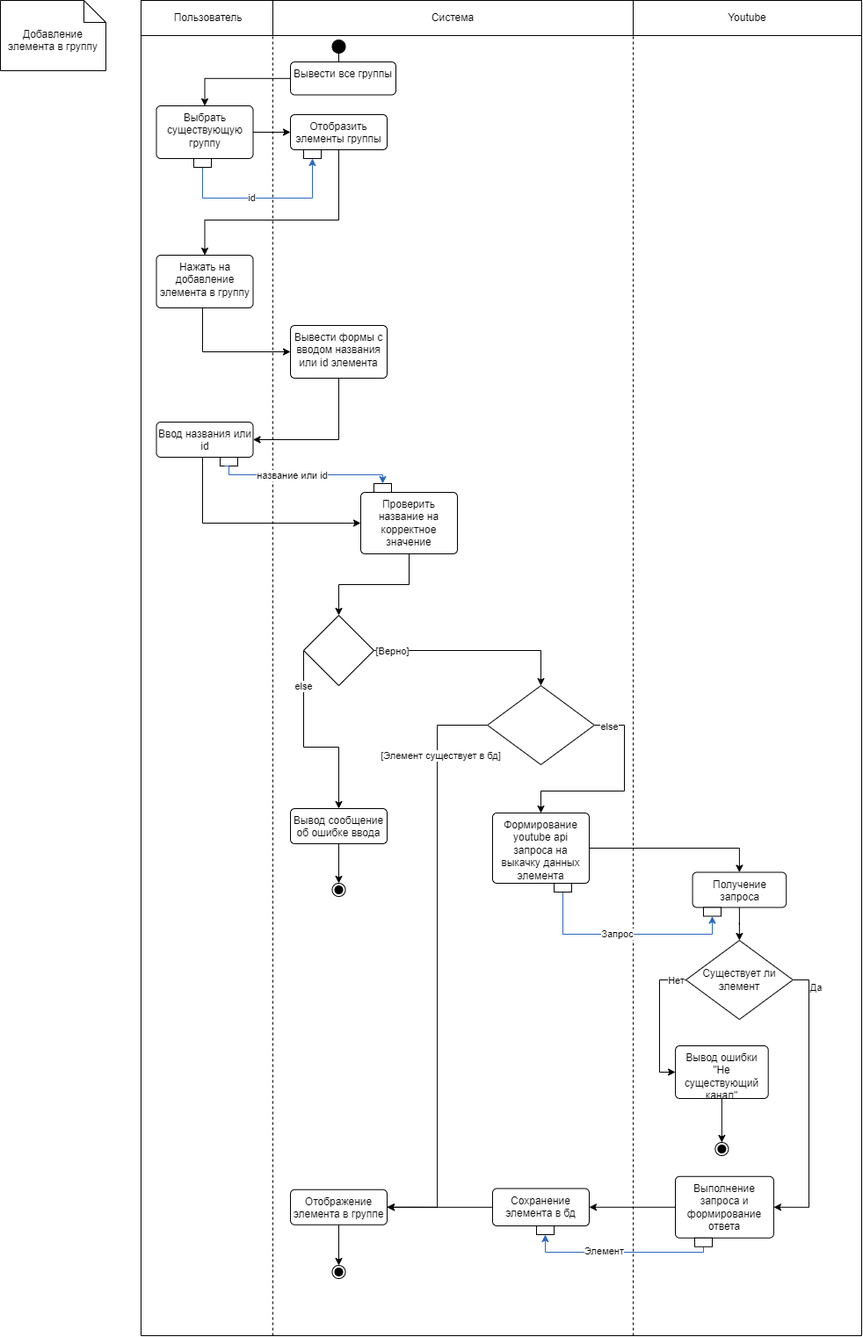
Before: docs/images/functional_diagram2_1.png, a diagram exported from draw.io (Hembos/YoutubeAnalytics). Source tidied: cells renumbered, new cells last; positions are measured from the earlier drawing's top-left corner, leaving out a move shared by most shapes.
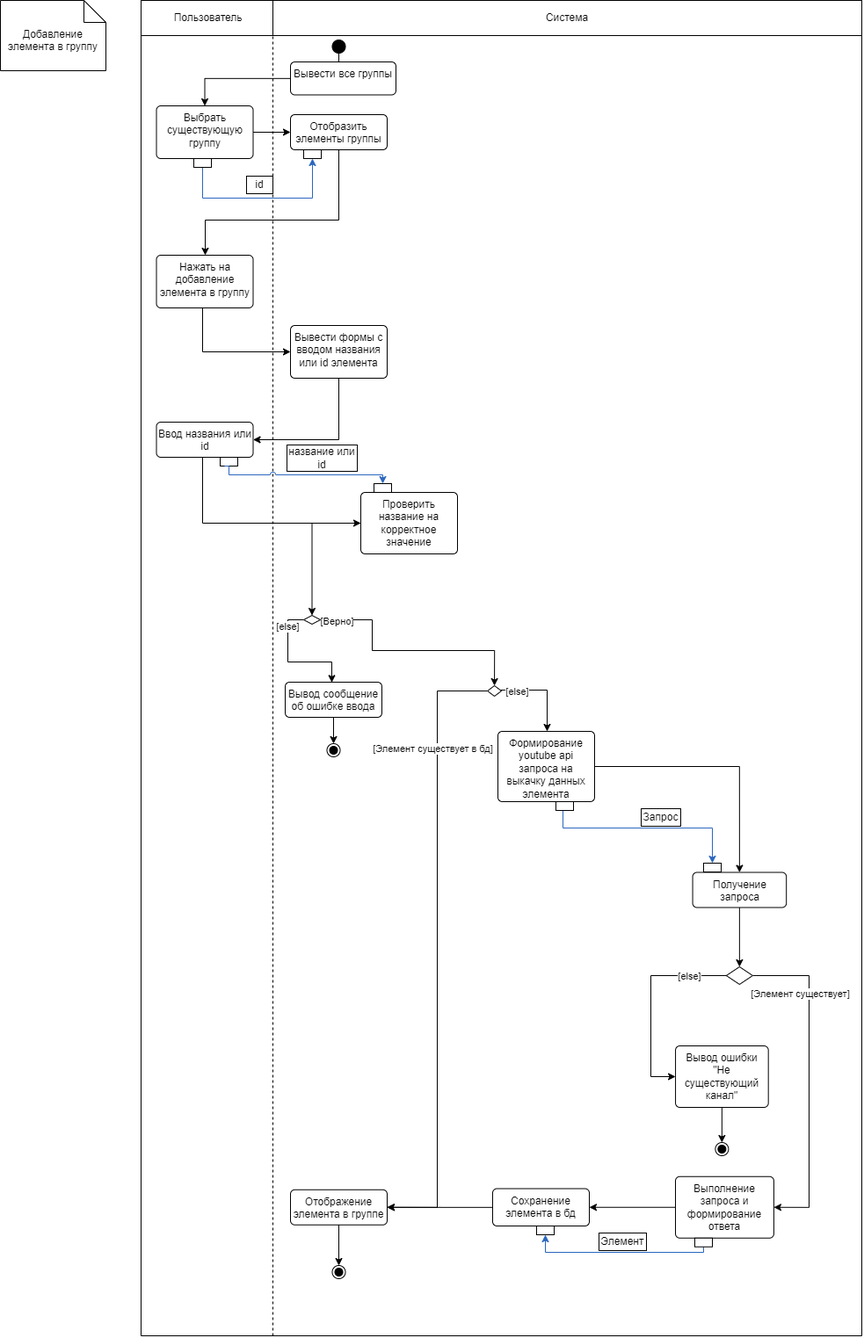
After the change.

The edit, as a diff of the source:
```diff
@@ -6,7 +6,7 @@
       <mxGeometry x="160" width="150" height="40" as="geometry" />
     </mxCell>
     <mxCell id="3" value="Система" style="whiteSpace=wrap;html=1;align=center;" parent="1" vertex="1">
-      <mxGeometry x="310" width="410" height="40" as="geometry" />
+      <mxGeometry x="310" width="670" height="40" as="geometry" />
     </mxCell>
     <mxCell id="4" style="endArrow=none;dashed=1;html=1;rounded=0;entryX=0;entryY=1;entryDx=0;entryDy=0;" parent="1" edge="1">
       <mxGeometry relative="1" as="geometry">
@@ -19,9 +19,10 @@
         <mxPoint x="160" y="1520" as="sourcePoint" />
       </mxGeometry>
     </mxCell>
-    <mxCell id="6" style="endArrow=none;html=1;rounded=0;entryX=1;entryY=1;entryDx=0;entryDy=0;" parent="1" edge="1" target="49">
+    <mxCell id="6" style="endArrow=none;html=1;rounded=0;entryX=1;entryY=1;entryDx=0;entryDy=0;" parent="1" edge="1">
       <mxGeometry relative="1" as="geometry">
         <mxPoint x="980" y="1520" as="sourcePoint" />
+        <mxPoint x="980" y="40" as="targetPoint" />
       </mxGeometry>
     </mxCell>
     <mxCell id="7" style="edgeStyle=orthogonalEdgeStyle;rounded=0;jettySize=auto;html=1;" parent="1" edge="1" source="8" target="10">
@@ -84,69 +85,74 @@
     <mxCell id="20" value="Проверить название на корректное значение" style="html=1;align=center;verticalAlign=top;rounded=1;absoluteArcSize=1;arcSize=10;dashed=0;whiteSpace=wrap;" parent="1" vertex="1">
       <mxGeometry x="410" y="560" width="110" height="70" as="geometry" />
     </mxCell>
-    <mxCell id="21" style="edgeStyle=orthogonalEdgeStyle;rounded=0;jettySize=auto;html=1;exitX=0;exitY=0.5;exitDx=0;exitDy=0;entryX=0.5;entryY=0;entryDx=0;entryDy=0;" parent="1" edge="1" source="25" target="33">
+    <mxCell id="21" style="edgeStyle=orthogonalEdgeStyle;rounded=0;jettySize=auto;html=1;exitX=0;exitY=0.5;exitDx=0;exitDy=0;entryX=0.48;entryY=0.009;entryDx=0;entryDy=0;entryPerimeter=0;" parent="1" edge="1" source="25" target="33">
       <mxGeometry relative="1" as="geometry">
         <Array as="points">
-          <mxPoint x="345" y="850" />
-          <mxPoint x="385" y="850" />
+          <mxPoint x="327" y="705" />
+          <mxPoint x="327" y="753" />
+          <mxPoint x="377" y="753" />
+          <mxPoint x="377" y="776" />
         </Array>
       </mxGeometry>
     </mxCell>
-    <mxCell id="22" value="else" style="edgeLabel;html=1;align=center;verticalAlign=middle;" parent="21" vertex="1">
+    <mxCell id="22" value="[else]" style="edgeLabel;html=1;align=center;verticalAlign=middle;" parent="21" vertex="1">
       <mxGeometry x="-0.64" y="-1" relative="1" as="geometry" />
     </mxCell>
     <mxCell id="23" style="edgeStyle=orthogonalEdgeStyle;rounded=0;jettySize=auto;html=1;entryX=0.5;entryY=0;entryDx=0;entryDy=0;" parent="1" edge="1" source="25" target="31">
       <mxGeometry relative="1" as="geometry">
         <Array as="points">
-          <mxPoint x="615" y="740" />
+          <mxPoint x="423" y="705" />
+          <mxPoint x="423" y="740" />
+          <mxPoint x="562" y="740" />
         </Array>
       </mxGeometry>
     </mxCell>
     <mxCell id="24" value="[Верно]" style="edgeLabel;html=1;align=center;verticalAlign=middle;" parent="23" vertex="1">
       <mxGeometry x="-0.67" y="-1" relative="1" as="geometry">
-        <mxPoint x="-18" y="-1" as="offset" />
+        <mxPoint x="-27" as="offset" />
       </mxGeometry>
     </mxCell>
     <mxCell id="25" style="rhombus;whiteSpace=wrap;html=1;" parent="1" vertex="1">
-      <mxGeometry x="345" y="700" width="80" height="80" as="geometry" />
+      <mxGeometry x="345" y="700" width="19" height="10" as="geometry" />
     </mxCell>
     <mxCell id="26" style="ellipse;html=1;shape=endState;fillColor=strokeColor;" parent="1" vertex="1">
-      <mxGeometry x="377.5" y="1005" width="15" height="15" as="geometry" />
+      <mxGeometry x="371.5" y="846" width="15" height="15" as="geometry" />
     </mxCell>
     <mxCell id="27" style="edgeStyle=orthogonalEdgeStyle;rounded=0;jettySize=auto;html=1;entryX=0.5;entryY=0;entryDx=0;entryDy=0;" parent="1" edge="1" source="31" target="35">
       <mxGeometry relative="1" as="geometry">
         <Array as="points">
-          <mxPoint x="710" y="825" />
-          <mxPoint x="710" y="900" />
-          <mxPoint x="615" y="900" />
+          <mxPoint x="622" y="785" />
+          <mxPoint x="622" y="832" />
         </Array>
       </mxGeometry>
     </mxCell>
-    <mxCell id="28" value="else" style="edgeLabel;html=1;align=center;verticalAlign=middle;" parent="27" vertex="1">
-      <mxGeometry x="-0.85" y="-1" relative="1" as="geometry" />
+    <mxCell id="28" value="[else]" style="edgeLabel;html=1;align=center;verticalAlign=middle;" parent="27" vertex="1">
+      <mxGeometry x="-0.85" y="-1" relative="1" as="geometry">
+        <mxPoint x="10" as="offset" />
+      </mxGeometry>
     </mxCell>
     <mxCell id="29" style="edgeStyle=orthogonalEdgeStyle;rounded=0;jettySize=auto;html=1;entryX=1;entryY=0.5;entryDx=0;entryDy=0;" parent="1" edge="1" source="31" target="37">
       <mxGeometry relative="1" as="geometry" />
     </mxCell>
     <mxCell id="30" value="[Элемент существует в бд]" style="edgeLabel;html=1;align=center;verticalAlign=middle;" parent="29" vertex="1">
       <mxGeometry x="-0.8" y="6" relative="1" as="geometry">
-        <mxPoint x="-3" y="25" as="offset" />
+        <mxPoint x="-12" y="51" as="offset" />
       </mxGeometry>
     </mxCell>
     <mxCell id="31" style="rhombus;whiteSpace=wrap;html=1;" parent="1" vertex="1">
-      <mxGeometry x="554.1" y="780" width="121.8" height="90" as="geometry" />
+      <mxGeometry x="554.1" y="780" width="15.9" height="12" as="geometry" />
     </mxCell>
     <mxCell id="32" style="edgeStyle=orthogonalEdgeStyle;rounded=0;jettySize=auto;html=1;entryX=0.5;entryY=0;entryDx=0;entryDy=0;" parent="1" edge="1" source="33" target="26">
       <mxGeometry relative="1" as="geometry" />
     </mxCell>
     <mxCell id="33" value="Вывод сообщение об ошибке ввода" style="html=1;align=center;verticalAlign=top;rounded=1;absoluteArcSize=1;arcSize=10;dashed=0;whiteSpace=wrap;" parent="1" vertex="1">
-      <mxGeometry x="330" y="920" width="110" height="40" as="geometry" />
+      <mxGeometry x="324" y="776" width="110" height="40" as="geometry" />
     </mxCell>
     <mxCell id="34" style="edgeStyle=orthogonalEdgeStyle;rounded=0;jettySize=auto;html=1;entryX=0.5;entryY=0;entryDx=0;entryDy=0;" parent="1" edge="1" source="35" target="67">
       <mxGeometry relative="1" as="geometry" />
     </mxCell>
     <mxCell id="35" value="Формирование youtube api запроса на выкачку данных элемента" style="html=1;align=center;verticalAlign=top;rounded=1;absoluteArcSize=1;arcSize=10;dashed=0;whiteSpace=wrap;" parent="1" vertex="1">
-      <mxGeometry x="560" y="925" width="110" height="80" as="geometry" />
+      <mxGeometry x="566" y="832" width="110" height="80" as="geometry" />
     </mxCell>
     <mxCell id="36" style="edgeStyle=orthogonalEdgeStyle;rounded=0;jettySize=auto;html=1;entryX=0.5;entryY=0;entryDx=0;entryDy=0;" parent="1" edge="1" source="37" target="38">
       <mxGeometry relative="1" as="geometry" />
@@ -172,42 +178,35 @@
     <mxCell id="42" style="edgeStyle=orthogonalEdgeStyle;rounded=0;jettySize=auto;html=1;entryX=1;entryY=0.5;entryDx=0;entryDy=0;" parent="1" edge="1" source="45" target="51">
       <mxGeometry relative="1" as="geometry">
         <Array as="points">
-          <mxPoint x="920" y="1115" />
+          <mxPoint x="920" y="1110" />
           <mxPoint x="920" y="1374" />
-          <mxPoint x="880" y="1374" />
         </Array>
       </mxGeometry>
     </mxCell>
-    <mxCell id="43" value="Да" style="edgeLabel;html=1;align=center;verticalAlign=middle;" parent="42" vertex="1">
-      <mxGeometry x="-0.83" y="7" relative="1" as="geometry" />
+    <mxCell id="43" value="[Элемент существует]" style="edgeLabel;html=1;align=center;verticalAlign=middle;" parent="42" vertex="1">
+      <mxGeometry x="-0.83" y="7" relative="1" as="geometry">
+        <mxPoint x="23" y="27" as="offset" />
+      </mxGeometry>
     </mxCell>
-    <mxCell id="44" style="endArrow=none;dashed=1;html=1;rounded=0;entryX=1;entryY=1;entryDx=0;entryDy=0;" parent="1" edge="1" target="3">
-      <mxGeometry relative="1" as="geometry">
-        <mxPoint x="720" y="1520" as="sourcePoint" />
-      </mxGeometry>
-    </mxCell>
-    <mxCell id="45" value="Существует ли элемент" style="rhombus;whiteSpace=wrap;html=1;" parent="1" vertex="1">
-      <mxGeometry x="780" y="1070" width="121.8" height="90" as="geometry" />
+    <mxCell id="45" style="rhombus;whiteSpace=wrap;html=1;" parent="1" vertex="1">
+      <mxGeometry x="825.9" y="1100" width="30" height="20" as="geometry" />
     </mxCell>
     <mxCell id="46" style="edgeStyle=orthogonalEdgeStyle;rounded=0;jettySize=auto;html=1;entryX=0;entryY=0.5;entryDx=0;entryDy=0;" parent="1" edge="1" source="45" target="65">
       <mxGeometry relative="1" as="geometry">
         <Array as="points">
-          <mxPoint x="750" y="1115" />
-          <mxPoint x="750" y="1220" />
+          <mxPoint x="740" y="1110" />
+          <mxPoint x="740" y="1225" />
         </Array>
       </mxGeometry>
     </mxCell>
-    <mxCell id="47" value="Нет" style="edgeLabel;html=1;align=center;verticalAlign=middle;" parent="46" vertex="1">
+    <mxCell id="47" value="[else]" style="edgeLabel;html=1;align=center;verticalAlign=middle;" parent="46" vertex="1">
       <mxGeometry x="-0.88" y="1" relative="1" as="geometry">
-        <mxPoint x="-3" y="-1" as="offset" />
+        <mxPoint x="-29" y="-1" as="offset" />
       </mxGeometry>
     </mxCell>
     <mxCell id="48" style="edgeStyle=orthogonalEdgeStyle;rounded=0;jettySize=auto;html=1;entryX=0.5;entryY=0;entryDx=0;entryDy=0;" parent="1" edge="1" source="65" target="52">
       <mxGeometry relative="1" as="geometry" />
     </mxCell>
-    <mxCell id="49" value="Youtube" style="whiteSpace=wrap;html=1;align=center;" parent="1" vertex="1">
-      <mxGeometry x="720" width="260" height="40" as="geometry" />
-    </mxCell>
     <mxCell id="50" style="edgeStyle=orthogonalEdgeStyle;rounded=0;jettySize=auto;html=1;entryX=1;entryY=0.5;entryDx=0;entryDy=0;" parent="1" edge="1" source="51" target="54">
       <mxGeometry relative="1" as="geometry" />
     </mxCell>
@@ -231,9 +230,6 @@
         </Array>
       </mxGeometry>
     </mxCell>
-    <mxCell id="56" value="id" style="edgeLabel;html=1;align=center;verticalAlign=middle;" parent="55" vertex="1">
-      <mxGeometry x="-0.12" y="1" relative="1" as="geometry" />
-    </mxCell>
     <mxCell id="57" style="rounded=0;whiteSpace=wrap;html=1;" parent="1" vertex="1">
       <mxGeometry x="220" y="180" width="20" height="10" as="geometry" />
     </mxCell>
@@ -254,9 +250,6 @@
         </Array>
       </mxGeometry>
     </mxCell>
-    <mxCell id="62" value="Элемент" style="edgeLabel;html=1;align=center;verticalAlign=middle;" parent="61" vertex="1">
-      <mxGeometry x="0.16" y="-2" relative="1" as="geometry" />
-    </mxCell>
     <mxCell id="63" style="rounded=0;whiteSpace=wrap;html=1;" parent="1" vertex="1">
       <mxGeometry x="790" y="1408.8" width="20" height="10" as="geometry" />
     </mxCell>
@@ -264,7 +257,7 @@
       <mxGeometry x="610" y="1395" width="20" height="10" as="geometry" />
     </mxCell>
     <mxCell id="65" value="Вывод ошибки &quot;Не существующий канал&quot;" style="html=1;align=center;verticalAlign=top;rounded=1;absoluteArcSize=1;arcSize=10;dashed=0;whiteSpace=wrap;" parent="1" vertex="1">
-      <mxGeometry x="768.1" y="1190" width="105.6" height="60" as="geometry" />
+      <mxGeometry x="768.1" y="1190" width="105.6" height="70" as="geometry" />
     </mxCell>
     <mxCell id="66" style="edgeStyle=orthogonalEdgeStyle;rounded=0;jettySize=auto;html=1;exitX=0.5;exitY=1;exitDx=0;exitDy=0;" parent="1" edge="1" source="67" target="45">
       <mxGeometry relative="1" as="geometry" />
@@ -273,21 +266,18 @@
       <mxGeometry x="787.6" y="992.5" width="106.6" height="40" as="geometry" />
     </mxCell>
     <mxCell id="68" style="rounded=0;whiteSpace=wrap;html=1;" parent="1" vertex="1">
-      <mxGeometry x="800" y="1032.5" width="20" height="10" as="geometry" />
+      <mxGeometry x="800" y="982" width="20" height="10" as="geometry" />
     </mxCell>
-    <mxCell id="69" style="edgeStyle=orthogonalEdgeStyle;rounded=0;jettySize=auto;html=1;entryX=0.5;entryY=1;entryDx=0;entryDy=0;strokeColor=#2a66bf;" parent="1" edge="1" source="71" target="68">
+    <mxCell id="69" style="edgeStyle=orthogonalEdgeStyle;rounded=0;jettySize=auto;html=1;strokeColor=#2a66bf;entryX=0.5;entryY=0;entryDx=0;entryDy=0;" parent="1" edge="1" source="71" target="68">
       <mxGeometry relative="1" as="geometry">
         <Array as="points">
-          <mxPoint x="640" y="1063" />
-          <mxPoint x="810" y="1063" />
+          <mxPoint x="640" y="942" />
+          <mxPoint x="810" y="942" />
         </Array>
       </mxGeometry>
     </mxCell>
-    <mxCell id="70" value="Запрос" style="edgeLabel;html=1;align=center;verticalAlign=middle;" parent="69" vertex="1">
-      <mxGeometry x="-0.09" y="1" relative="1" as="geometry" />
-    </mxCell>
     <mxCell id="71" style="rounded=0;whiteSpace=wrap;html=1;" parent="1" vertex="1">
-      <mxGeometry x="630" y="1005" width="20" height="10" as="geometry" />
+      <mxGeometry x="632" y="912" width="20" height="10" as="geometry" />
     </mxCell>
     <mxCell id="72" style="edgeStyle=orthogonalEdgeStyle;rounded=0;jettySize=auto;html=1;entryX=0.5;entryY=0;entryDx=0;entryDy=0;fillColor=#dae8fc;strokeColor=#2A66BF;jumpStyle=arc;exitX=0.25;exitY=1;exitDx=0;exitDy=0;" parent="1" edge="1" source="60" target="59">
       <mxGeometry relative="1" as="geometry">
@@ -298,11 +288,20 @@
         </Array>
       </mxGeometry>
     </mxCell>
+    <mxCell id="74" value="Добавление элемента в группу" style="shape=note2;boundedLbl=1;whiteSpace=wrap;html=1;size=25;verticalAlign=top;align=center;" parent="1" vertex="1">
+      <mxGeometry width="120" height="80" as="geometry" />
+    </mxCell>
+    <mxCell id="56" value="id" style="rounded=0;whiteSpace=wrap;html=1;" parent="1" vertex="1">
+      <mxGeometry x="280" y="200" width="30" height="20" as="geometry" />
+    </mxCell>
-    <mxCell id="73" value="название или id" style="edgeLabel;html=1;align=center;verticalAlign=middle;" parent="72" vertex="1">
-      <mxGeometry x="-0.14" relative="1" as="geometry" />
+    <mxCell id="73" value="название или id" style="rounded=0;whiteSpace=wrap;html=1;" parent="1" vertex="1">
+      <mxGeometry x="326" y="506" width="80" height="30" as="geometry" />
     </mxCell>
-    <mxCell id="74" value="Добавление элемента в группу" style="shape=note2;boundedLbl=1;whiteSpace=wrap;html=1;size=25;verticalAlign=top;align=center;" parent="1" vertex="1">
-      <mxGeometry width="120" height="80" as="geometry" />
-    </mxCell>
+    <mxCell id="70" value="Запрос" style="rounded=0;whiteSpace=wrap;html=1;" parent="1" vertex="1">
+      <mxGeometry x="729" y="920" width="45" height="20" as="geometry" />
+    </mxCell>
+    <mxCell id="62" value="Элемент" style="rounded=0;whiteSpace=wrap;html=1;" parent="1" vertex="1">
+      <mxGeometry x="681" y="1403" width="54" height="20" as="geometry" />
+    </mxCell>
   </root>
 </mxGraphModel>
```
